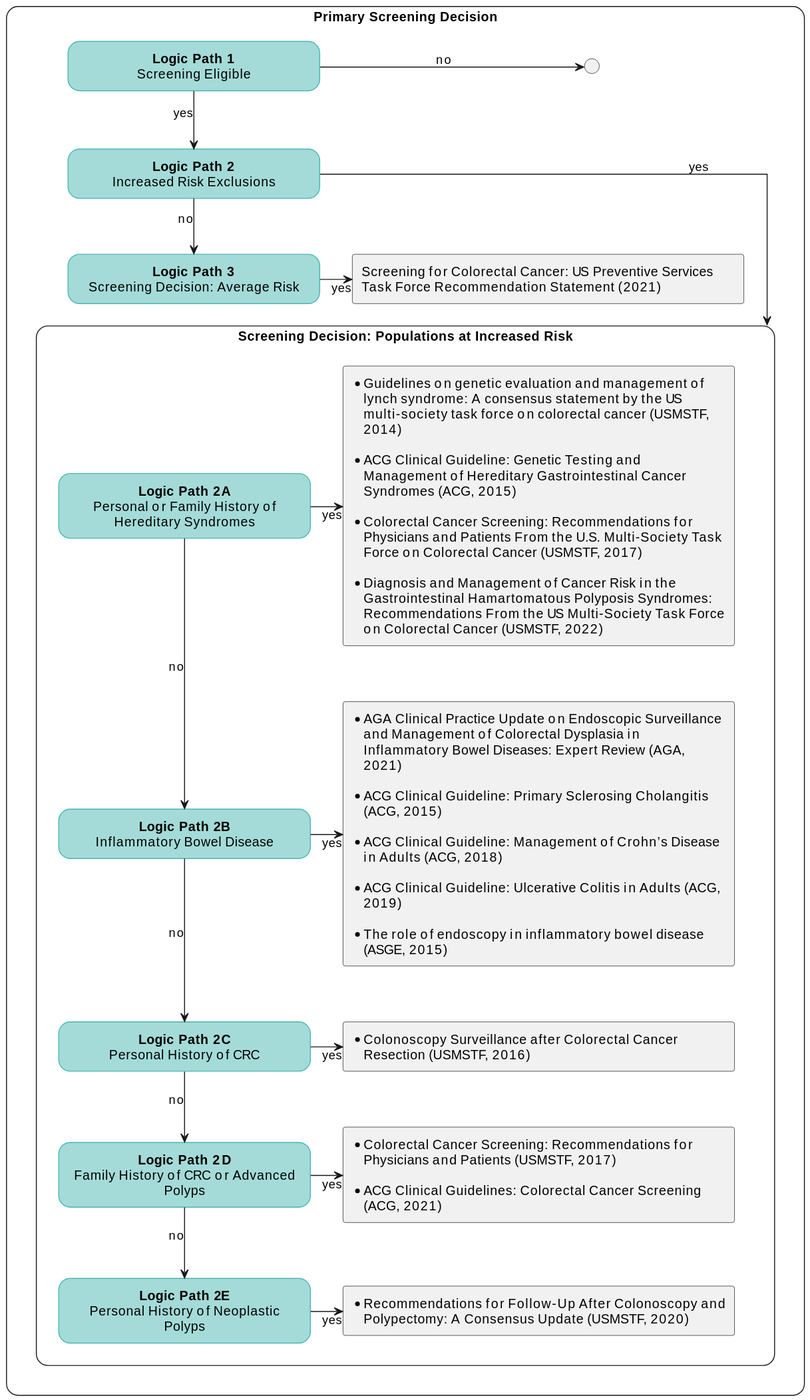
Earlier version of the PlantUML export images/flow-HighLevelScreeningDecision.svg (ccsm-cds-tools/CDC-Colorectal-Cancer-Screening-CDS-L2). Source of this version:
```plantuml
@startuml
skinparam linetype ortho
hide stereotype
<style>
    .main {
        RoundCorner 25
        MaximumWidth 1400
        MinimumWidth 1400
        FontStyle Regular
    }

    .roundbox {
        BackGroundColor A4DBD8
        LineThickness 1
        LineColor 49b7b1
        HorizontalAlignment center
        RoundCorner 25
        MaximumWidth 250
        MinimumWidth 250
    }
    .citation {
        MinimumWidth 400
        MaximumWidth 400
    }

    label {
        FontStyle bold
        HorizontalAlignment center
    }
</style>

rectangle "**Primary Screening Decision**" <<main>> as screening {
    rectangle "**Logic Path 1**\nScreening Eligible" <<roundbox>> as path_eligible
    rectangle "**Logic Path 2**\nIncreased Risk Exclusions" <<roundbox>> as path_inc_risk_exc
    rectangle "**Logic Path 3**\nScreening Decision: Average Risk" <<roundbox>> as path_avg_risk



        rectangle "Screening for Colorectal Cancer: US Preventive Services Task Force Recommendation Statement (2021)" <<citation>> as ref_uspstf




    circle "<U+0000>" as end_connector

    rectangle "**Screening Decision: Populations at Increased Risk**" <<main>> as increased_risk {
    rectangle "**Logic Path 2A**\nPersonal or Family History of Hereditary Syndromes" <<roundbox>> as path_crc_syndromes
        rectangle "*Guidelines on genetic evaluation and management of lynch syndrome: A consensus statement by the US multi-society task force on colorectal cancer (USMSTF, 2014)\n\n* ACG Clinical Guideline: Genetic Testing and Management of Hereditary Gastrointestinal Cancer Syndromes (ACG, 2015)\n\n* Colorectal Cancer Screening: Recommendations for Physicians and Patients From the U.S. Multi-Society Task Force on Colorectal Cancer (USMSTF, 2017)\n\n* Diagnosis and Management of Cancer Risk in the Gastrointestinal Hamartomatous Polyposis Syndromes: Recommendations From the US Multi-Society Task Force on Colorectal Cancer (USMSTF, 2022)" <<citation>> as ref_syndromes
    rectangle "**Logic Path 2B**\nInflammatory Bowel Disease" <<roundbox>> as path_ibd
        rectangle "*AGA Clinical Practice Update on Endoscopic Surveillance and Management of Colorectal Dysplasia in Inflammatory Bowel Diseases: Expert Review (AGA, 2021)\n\n* ACG Clinical Guideline: Primary Sclerosing Cholangitis (ACG, 2015)\n\n* ACG Clinical Guideline: Management of Crohn’s Disease in Adults (ACG, 2018)\n\n* ACG Clinical Guideline: Ulcerative Colitis in Adults (ACG, 2019)\n\n* The role of endoscopy in inflammatory bowel disease (ASGE, 2015)" <<citation>> as ref_ibd
    rectangle "**Logic Path 2C**\nPersonal History of CRC" <<roundbox>> as path_hx_crc
        rectangle "*Colonoscopy Surveillance after Colorectal Cancer Resection (USMSTF, 2016)" <<citation>> <<red>> as ref_usmstf_crc
    rectangle "**Logic Path 2D**\nFamily History of CRC or Advanced Polyps" <<roundbox>> as path_fam_hx_crc
        rectangle "*Colorectal Cancer Screening: Recommendations for Physicians and Patients (USMSTF, 2017)\n\n* ACG Clinical Guidelines: Colorectal Cancer Screening (ACG, 2021)" <<citation>> as ref_fam_hx_crc
    rectangle "**Logic Path 2E**\nPersonal History of Neoplastic Polyps" <<roundbox>> as path_polyps
        rectangle "*Recommendations for Follow-Up After Colonoscopy and Polypectomy: A Consensus Update (USMSTF, 2020)" <<citation>> as ref_usmstf_polyps

    path_crc_syndromes -d-> path_ibd: no
    path_crc_syndromes -r-> ref_syndromes: yes
    path_ibd -d-> path_hx_crc: no
    path_ibd -r-> ref_ibd: yes
    path_hx_crc -d-> path_fam_hx_crc: no
    path_hx_crc -r-> ref_usmstf_crc: yes
    path_fam_hx_crc -d-> path_polyps: no
    path_fam_hx_crc -r-> ref_fam_hx_crc: yes
    path_polyps -r-> ref_usmstf_polyps: yes
    }

    path_eligible -d-> path_inc_risk_exc: yes
    path_eligible -[norank]--> end_connector: no
    path_inc_risk_exc --> increased_risk: yes
    path_inc_risk_exc --> path_avg_risk: no
    path_inc_risk_exc -[hidden]--> path_crc_syndromes: no

    path_avg_risk -r-> ref_uspstf: yes

}
@enduml
```
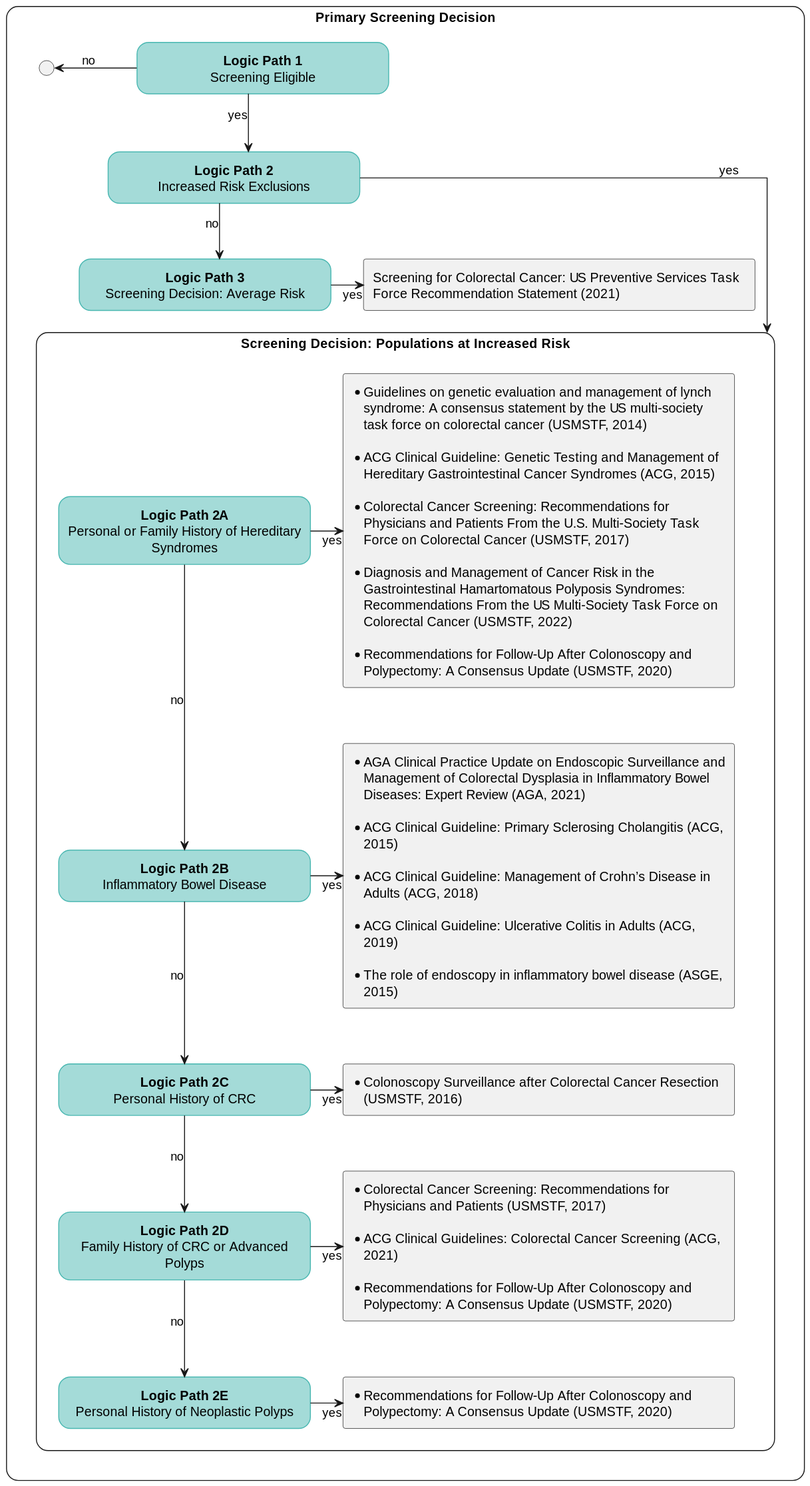
After the commit.

What changed in the source:
```diff
@@ -45,13 +45,13 @@
 
     rectangle "**Screening Decision: Populations at Increased Risk**" <<main>> as increased_risk {
     rectangle "**Logic Path 2A**\nPersonal or Family History of Hereditary Syndromes" <<roundbox>> as path_crc_syndromes
-        rectangle "*Guidelines on genetic evaluation and management of lynch syndrome: A consensus statement by the US multi-society task force on colorectal cancer (USMSTF, 2014)\n\n* ACG Clinical Guideline: Genetic Testing and Management of Hereditary Gastrointestinal Cancer Syndromes (ACG, 2015)\n\n* Colorectal Cancer Screening: Recommendations for Physicians and Patients From the U.S. Multi-Society Task Force on Colorectal Cancer (USMSTF, 2017)\n\n* Diagnosis and Management of Cancer Risk in the Gastrointestinal Hamartomatous Polyposis Syndromes: Recommendations From the US Multi-Society Task Force on Colorectal Cancer (USMSTF, 2022)" <<citation>> as ref_syndromes
+        rectangle "*Guidelines on genetic evaluation and management of lynch syndrome: A consensus statement by the US multi-society task force on colorectal cancer (USMSTF, 2014)\n\n* ACG Clinical Guideline: Genetic Testing and Management of Hereditary Gastrointestinal Cancer Syndromes (ACG, 2015)\n\n* Colorectal Cancer Screening: Recommendations for Physicians and Patients From the U.S. Multi-Society Task Force on Colorectal Cancer (USMSTF, 2017)\n\n* Diagnosis and Management of Cancer Risk in the Gastrointestinal Hamartomatous Polyposis Syndromes: Recommendations From the US Multi-Society Task Force on Colorectal Cancer (USMSTF, 2022)\n\n* Recommendations for Follow-Up After Colonoscopy and Polypectomy: A Consensus Update (USMSTF, 2020)" <<citation>> as ref_syndromes
     rectangle "**Logic Path 2B**\nInflammatory Bowel Disease" <<roundbox>> as path_ibd
         rectangle "*AGA Clinical Practice Update on Endoscopic Surveillance and Management of Colorectal Dysplasia in Inflammatory Bowel Diseases: Expert Review (AGA, 2021)\n\n* ACG Clinical Guideline: Primary Sclerosing Cholangitis (ACG, 2015)\n\n* ACG Clinical Guideline: Management of Crohn’s Disease in Adults (ACG, 2018)\n\n* ACG Clinical Guideline: Ulcerative Colitis in Adults (ACG, 2019)\n\n* The role of endoscopy in inflammatory bowel disease (ASGE, 2015)" <<citation>> as ref_ibd
     rectangle "**Logic Path 2C**\nPersonal History of CRC" <<roundbox>> as path_hx_crc
         rectangle "*Colonoscopy Surveillance after Colorectal Cancer Resection (USMSTF, 2016)" <<citation>> <<red>> as ref_usmstf_crc
     rectangle "**Logic Path 2D**\nFamily History of CRC or Advanced Polyps" <<roundbox>> as path_fam_hx_crc
-        rectangle "*Colorectal Cancer Screening: Recommendations for Physicians and Patients (USMSTF, 2017)\n\n* ACG Clinical Guidelines: Colorectal Cancer Screening (ACG, 2021)" <<citation>> as ref_fam_hx_crc
+        rectangle "*Colorectal Cancer Screening: Recommendations for Physicians and Patients (USMSTF, 2017)\n\n* ACG Clinical Guidelines: Colorectal Cancer Screening (ACG, 2021)\n\n* Recommendations for Follow-Up After Colonoscopy and Polypectomy: A Consensus Update (USMSTF, 2020)" <<citation>> as ref_fam_hx_crc
     rectangle "**Logic Path 2E**\nPersonal History of Neoplastic Polyps" <<roundbox>> as path_polyps
         rectangle "*Recommendations for Follow-Up After Colonoscopy and Polypectomy: A Consensus Update (USMSTF, 2020)" <<citation>> as ref_usmstf_polyps
 
```
